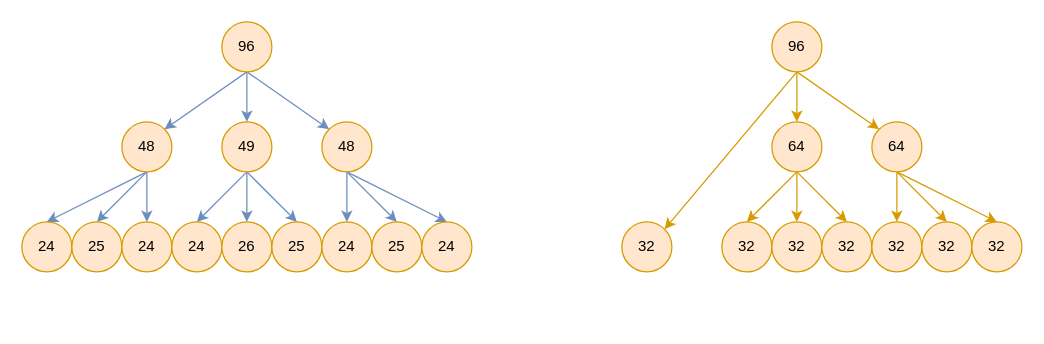
This is page "decomposition" (3 of 4) of src/main/resources/Karatsuba.drawio from RicardoNid/Chainsaw2, a draw.io file, before an edit. Source tidied: cells renumbered, new cells numbered last; positions are measured from the earlier drawing's top-left corner, leaving out a move shared by most shapes. Both pictures are drawn from the tidied source at 125%, with x=0, y=0 at pixel (21, 21).
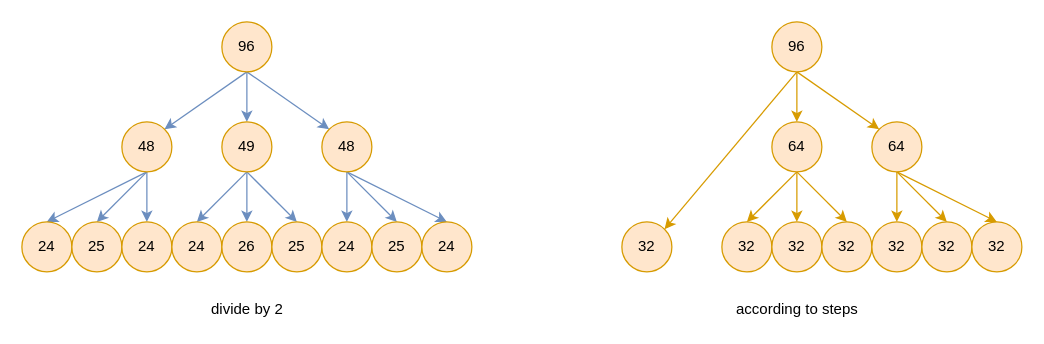
After the change.

The edit, as a diff of the source:
```diff
@@
+    <mxCell id="47" value="divide by 2" style="text;html=1;align=center;verticalAlign=middle;strokeColor=none;fillColor=none;" parent="1" vertex="1">
+      <mxGeometry x="145" y="220" width="70" height="20" as="geometry" />
+    </mxCell>
+    <mxCell id="48" value="according to steps" style="text;html=1;align=center;verticalAlign=middle;strokeColor=none;fillColor=none;" parent="1" vertex="1">
+      <mxGeometry x="565" y="220" width="110" height="20" as="geometry" />
+    </mxCell>
```
